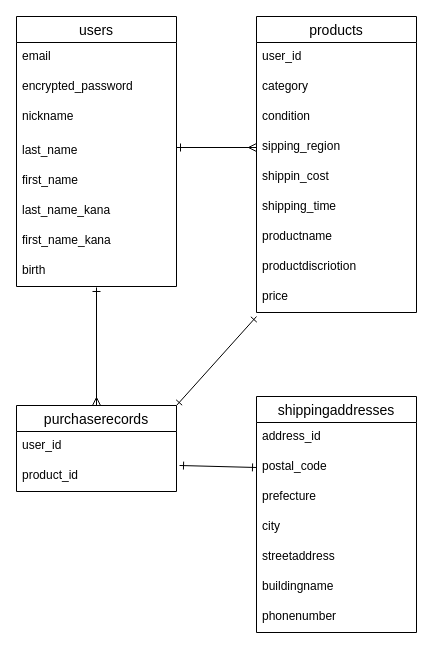
u-maki/furima-41584 keeps this draw.io diagram as furima.dio. Above is the earlier version. Source tidied: cells renumbered, new cells numbered last; positions are measured from the earlier drawing's top-left corner, leaving out a move shared by most shapes. Both pictures are drawn from the tidied source at 100%, with x=0, y=0 at pixel (16, 16).
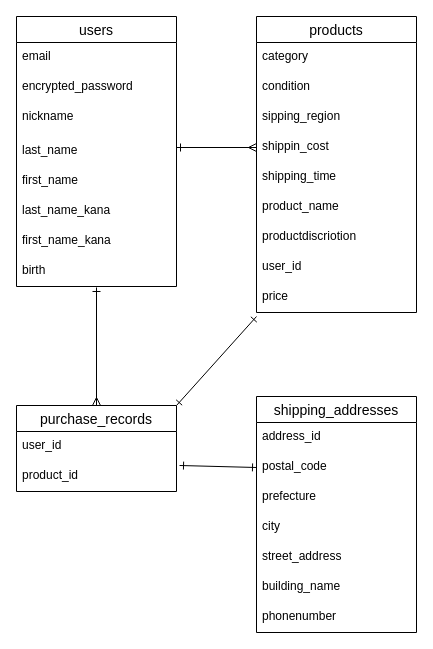
After the change.

Unchanged cells that the change refers to:
```xml
<mxCell id="11" value="products" style="swimlane;fontStyle=0;horizontal=1;startSize=26;align=center;fontSize=14;" parent="1" vertex="1">
  <mxGeometry x="240" width="160" height="296" as="geometry" />
</mxCell>
```

The edit, as a diff of the source:
```diff
@@
-    <mxCell id="12" value="user_id" style="text;strokeColor=none;fillColor=none;spacingLeft=4;spacingRight=4;overflow=hidden;fontSize=12;" parent="11" vertex="1">
-      <mxGeometry y="26" width="160" height="30" as="geometry" />
-    </mxCell>
     <mxCell id="13" value="category" style="text;strokeColor=none;fillColor=none;spacingLeft=4;spacingRight=4;overflow=hidden;fontSize=12;" parent="11" vertex="1">
-      <mxGeometry y="56" width="160" height="30" as="geometry" />
+      <mxGeometry y="26" width="160" height="30" as="geometry" />
     </mxCell>
     <mxCell id="14" value="condition" style="text;strokeColor=none;fillColor=none;spacingLeft=4;spacingRight=4;overflow=hidden;fontSize=12;" parent="11" vertex="1">
-      <mxGeometry y="86" width="160" height="30" as="geometry" />
+      <mxGeometry y="56" width="160" height="30" as="geometry" />
     </mxCell>
     <mxCell id="15" value="sipping_region" style="text;strokeColor=none;fillColor=none;spacingLeft=4;spacingRight=4;overflow=hidden;points=[[0,0.5],[1,0.5]];portConstraint=eastwest;fontSize=12;" parent="11" vertex="1">
-      <mxGeometry y="116" width="160" height="30" as="geometry" />
+      <mxGeometry y="86" width="160" height="30" as="geometry" />
     </mxCell>
     <mxCell id="16" value="shippin_cost" style="text;strokeColor=none;fillColor=none;spacingLeft=4;spacingRight=4;overflow=hidden;points=[[0,0.5],[1,0.5]];portConstraint=eastwest;fontSize=12;" parent="11" vertex="1">
-      <mxGeometry y="146" width="160" height="30" as="geometry" />
+      <mxGeometry y="116" width="160" height="30" as="geometry" />
     </mxCell>
     <mxCell id="17" value="shipping_time" style="text;strokeColor=none;fillColor=none;spacingLeft=4;spacingRight=4;overflow=hidden;fontSize=12;" parent="11" vertex="1">
-      <mxGeometry y="176" width="160" height="30" as="geometry" />
+      <mxGeometry y="146" width="160" height="30" as="geometry" />
     </mxCell>
-    <mxCell id="18" value="productname" style="text;strokeColor=none;fillColor=none;spacingLeft=4;spacingRight=4;overflow=hidden;fontSize=12;" parent="11" vertex="1">
-      <mxGeometry y="206" width="160" height="30" as="geometry" />
+    <mxCell id="18" value="product_name" style="text;strokeColor=none;fillColor=none;spacingLeft=4;spacingRight=4;overflow=hidden;fontSize=12;" parent="11" vertex="1">
+      <mxGeometry y="176" width="160" height="30" as="geometry" />
     </mxCell>
     <mxCell id="19" value="productdiscriotion" style="text;strokeColor=none;fillColor=none;spacingLeft=4;spacingRight=4;overflow=hidden;fontSize=12;" parent="11" vertex="1">
-      <mxGeometry y="236" width="160" height="30" as="geometry" />
+      <mxGeometry y="206" width="160" height="30" as="geometry" />
     </mxCell>
+    <mxCell id="12" value="user_id" style="text;strokeColor=none;fillColor=none;spacingLeft=4;spacingRight=4;overflow=hidden;fontSize=12;" parent="11" vertex="1">
+      <mxGeometry y="236" width="160" height="30" as="geometry" />
+    </mxCell>
@@
-    <mxCell id="23" value="purchaserecords" style="swimlane;fontStyle=0;horizontal=1;startSize=26;align=center;fontSize=14;" parent="1" vertex="1">
+    <mxCell id="23" value="purchase_records" style="swimlane;fontStyle=0;horizontal=1;startSize=26;align=center;fontSize=14;" parent="1" vertex="1">
       <mxGeometry y="389" width="160" height="86" as="geometry" />
     </mxCell>
@@
-    <mxCell id="26" value="shippingaddresses" style="swimlane;fontStyle=0;horizontal=1;startSize=26;align=center;fontSize=14;" parent="1" vertex="1">
+    <mxCell id="26" value="shipping_addresses" style="swimlane;fontStyle=0;horizontal=1;startSize=26;align=center;fontSize=14;" parent="1" vertex="1">
       <mxGeometry x="240" y="380" width="160" height="236" as="geometry" />
     </mxCell>
@@
-    <mxCell id="31" value="streetaddress" style="text;strokeColor=none;fillColor=none;spacingLeft=4;spacingRight=4;overflow=hidden;fontSize=12;" parent="26" vertex="1">
+    <mxCell id="31" value="street_address" style="text;strokeColor=none;fillColor=none;spacingLeft=4;spacingRight=4;overflow=hidden;fontSize=12;" parent="26" vertex="1">
       <mxGeometry y="146" width="160" height="30" as="geometry" />
     </mxCell>
-    <mxCell id="32" value="buildingname" style="text;strokeColor=none;fillColor=none;spacingLeft=4;spacingRight=4;overflow=hidden;fontSize=12;" parent="26" vertex="1">
+    <mxCell id="32" value="building_name" style="text;strokeColor=none;fillColor=none;spacingLeft=4;spacingRight=4;overflow=hidden;fontSize=12;" parent="26" vertex="1">
       <mxGeometry y="176" width="160" height="30" as="geometry" />
     </mxCell>
@@
-    <mxCell id="34" style="edgeStyle=none;html=1;entryX=0;entryY=0.5;entryDx=0;entryDy=0;startArrow=ERone;startFill=0;endArrow=ERmany;endFill=0;" parent="1" edge="1" target="15">
+    <mxCell id="34" style="edgeStyle=none;html=1;entryX=0;entryY=0.5;entryDx=0;entryDy=0;startArrow=ERone;startFill=0;endArrow=ERmany;endFill=0;" parent="1" edge="1" target="16">
       <mxGeometry relative="1" as="geometry">
         <mxPoint x="160" y="131" as="sourcePoint" />
       </mxGeometry>
     </mxCell>
```
